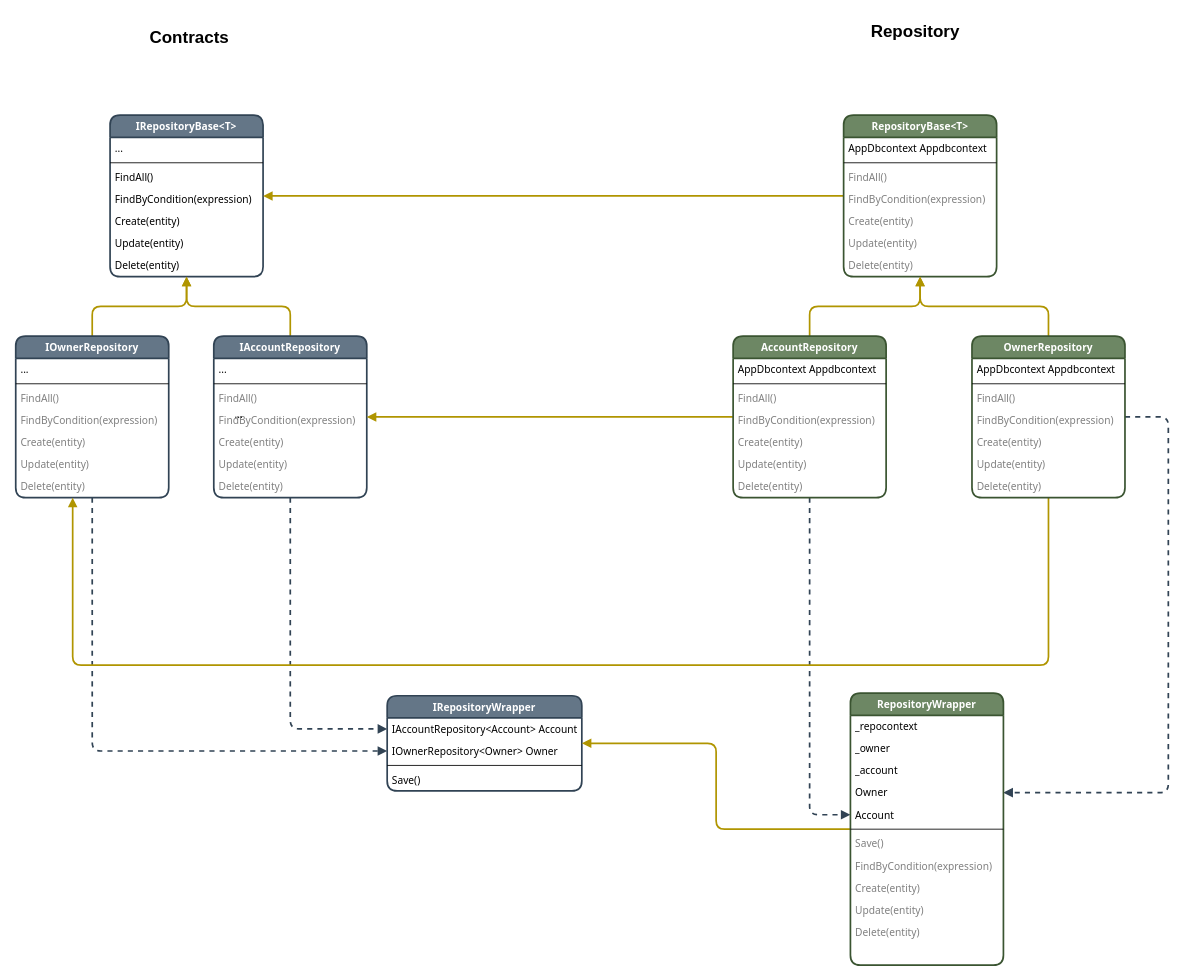
Before: RepositoryClassDiagram.drawio in Pedlito/AccountOwnerServer, a draw.io diagram. Source tidied: cells renumbered, new cells numbered last; positions are measured from the earlier drawing's top-left corner, leaving out a move shared by most shapes. Both pictures are drawn from the tidied source at 85%, with x=0, y=0 at pixel (15, 14).
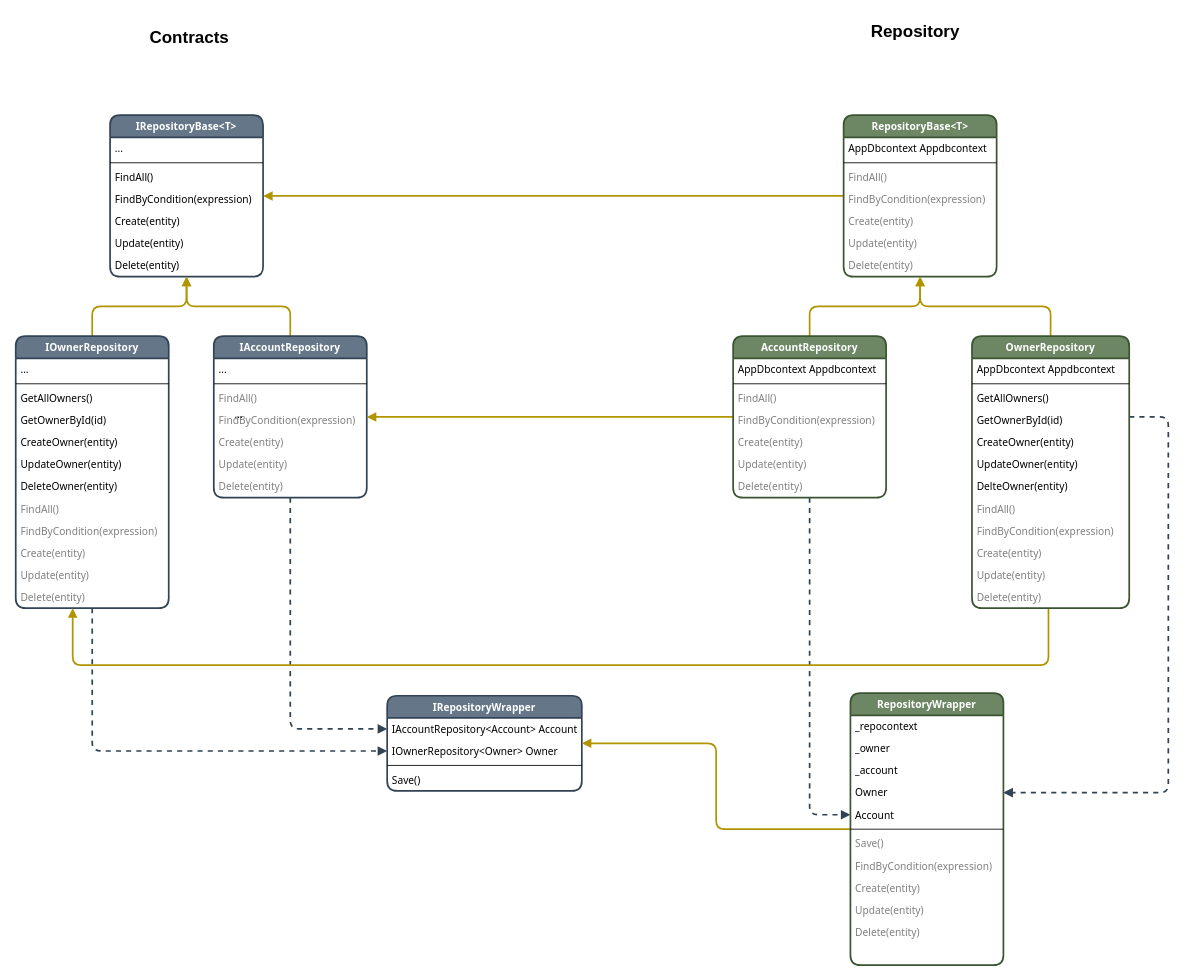
The same diagram, later.

Commit message (it also covers changes not shown here):
actualizacion de diagrama

Diff of the diagram source:
```diff
@@
     <mxCell id="13" value="IOwnerRepository" style="swimlane;fontStyle=1;align=center;verticalAlign=middle;horizontal=1;startSize=26;rounded=1;shadow=0;strokeWidth=2;fillColor=#647687;fontColor=#ffffff;strokeColor=#314354;labelBackgroundColor=none;fontFamily=Tahoma;" parent="1" vertex="1">
-      <mxGeometry y="378" width="180" height="190" as="geometry" />
+      <mxGeometry y="378" width="180" height="320" as="geometry" />
     </mxCell>
+    <mxCell id="82" value="..." style="text;align=left;verticalAlign=top;spacingLeft=4;spacingRight=4;overflow=hidden;rounded=0;shadow=0;html=0;fontFamily=Tahoma;fontStyle=0;fontSize=12;" parent="13" vertex="1">
+      <mxGeometry y="26" width="180" height="26" as="geometry" />
+    </mxCell>
+    <mxCell id="15" style="line;html=1;strokeWidth=1;align=left;verticalAlign=middle;spacingTop=-1;spacingLeft=3;spacingRight=3;labelPosition=right;" parent="13" vertex="1">
+      <mxGeometry y="52" width="180" height="8" as="geometry" />
+    </mxCell>
-    <mxCell id="14" value="..." style="text;align=left;verticalAlign=top;spacingLeft=4;spacingRight=4;overflow=hidden;rounded=0;shadow=0;html=0;fontFamily=Tahoma;fontStyle=0;fontSize=12;" parent="13" vertex="1">
-      <mxGeometry y="26" width="180" height="26" as="geometry" />
+    <mxCell id="14" value="GetAllOwners()" style="text;align=left;verticalAlign=top;spacingLeft=4;spacingRight=4;overflow=hidden;rounded=0;shadow=0;html=0;fontFamily=Tahoma;fontStyle=0;fontSize=12;" parent="13" vertex="1">
+      <mxGeometry y="60" width="180" height="26" as="geometry" />
     </mxCell>
-    <mxCell id="15" style="line;html=1;strokeWidth=1;align=left;verticalAlign=middle;spacingTop=-1;spacingLeft=3;spacingRight=3;labelPosition=right;" parent="13" vertex="1">
-      <mxGeometry y="52" width="180" height="8" as="geometry" />
-    </mxCell>
+    <mxCell id="83" value="GetOwnerById(id)" style="text;align=left;verticalAlign=top;spacingLeft=4;spacingRight=4;overflow=hidden;rounded=0;shadow=0;html=0;fontFamily=Tahoma;fontStyle=0;fontSize=12;" parent="13" vertex="1">
+      <mxGeometry y="86" width="180" height="26" as="geometry" />
+    </mxCell>
+    <mxCell id="84" value="CreateOwner(entity)" style="text;align=left;verticalAlign=top;spacingLeft=4;spacingRight=4;overflow=hidden;rounded=0;shadow=0;html=0;fontFamily=Tahoma;fontStyle=0;fontSize=12;" parent="13" vertex="1">
+      <mxGeometry y="112" width="180" height="26" as="geometry" />
+    </mxCell>
+    <mxCell id="85" value="UpdateOwner(entity)" style="text;align=left;verticalAlign=top;spacingLeft=4;spacingRight=4;overflow=hidden;rounded=0;shadow=0;html=0;fontFamily=Tahoma;fontStyle=0;fontSize=12;" parent="13" vertex="1">
+      <mxGeometry y="138" width="180" height="26" as="geometry" />
+    </mxCell>
+    <mxCell id="86" value="DeleteOwner(entity)" style="text;align=left;verticalAlign=top;spacingLeft=4;spacingRight=4;overflow=hidden;rounded=0;shadow=0;html=0;fontFamily=Tahoma;fontStyle=0;fontSize=12;" parent="13" vertex="1">
+      <mxGeometry y="164" width="180" height="26" as="geometry" />
+    </mxCell>
     <mxCell id="16" value="FindAll()" style="text;align=left;verticalAlign=top;spacingLeft=4;spacingRight=4;overflow=hidden;fontFamily=Tahoma;fontStyle=0;fontSize=12;fontColor=#808080;" parent="13" vertex="1">
-      <mxGeometry y="60" width="180" height="26" as="geometry" />
+      <mxGeometry y="190" width="180" height="26" as="geometry" />
     </mxCell>
     <mxCell id="17" value="FindByCondition(expression)" style="text;align=left;verticalAlign=top;spacingLeft=4;spacingRight=4;overflow=hidden;fontFamily=Tahoma;fontStyle=0;fontSize=12;fontColor=#808080;" parent="13" vertex="1">
-      <mxGeometry y="86" width="180" height="26" as="geometry" />
+      <mxGeometry y="216" width="180" height="26" as="geometry" />
     </mxCell>
     <mxCell id="18" value="Create(entity)" style="text;align=left;verticalAlign=top;spacingLeft=4;spacingRight=4;overflow=hidden;fontFamily=Tahoma;fontStyle=0;fontSize=12;fontColor=#808080;" parent="13" vertex="1">
-      <mxGeometry y="112" width="180" height="26" as="geometry" />
+      <mxGeometry y="242" width="180" height="26" as="geometry" />
     </mxCell>
     <mxCell id="19" value="Update(entity)" style="text;align=left;verticalAlign=top;spacingLeft=4;spacingRight=4;overflow=hidden;fontFamily=Tahoma;fontStyle=0;fontSize=12;fontColor=#808080;" parent="13" vertex="1">
-      <mxGeometry y="138" width="180" height="26" as="geometry" />
+      <mxGeometry y="268" width="180" height="26" as="geometry" />
     </mxCell>
     <mxCell id="20" value="Delete(entity)" style="text;align=left;verticalAlign=top;spacingLeft=4;spacingRight=4;overflow=hidden;fontFamily=Tahoma;fontStyle=0;fontSize=12;fontColor=#808080;" parent="13" vertex="1">
-      <mxGeometry y="164" width="180" height="26" as="geometry" />
+      <mxGeometry y="294" width="180" height="26" as="geometry" />
     </mxCell>
@@
     <mxCell id="60" value="OwnerRepository" style="swimlane;fontStyle=1;align=center;verticalAlign=middle;horizontal=1;startSize=26;rounded=1;shadow=0;strokeWidth=2;fillColor=#6d8764;fontColor=#ffffff;strokeColor=#3A5431;labelBackgroundColor=none;fontFamily=Tahoma;" parent="1" vertex="1">
-      <mxGeometry x="1125" y="378" width="180" height="190" as="geometry" />
+      <mxGeometry x="1125" y="378" width="185" height="320" as="geometry" />
     </mxCell>
     <mxCell id="61" value="AppDbcontext Appdbcontext" style="text;align=left;verticalAlign=top;spacingLeft=4;spacingRight=4;overflow=hidden;rounded=0;shadow=0;html=0;fontFamily=Tahoma;fontStyle=0;fontSize=12;" parent="60" vertex="1">
-      <mxGeometry y="26" width="180" height="26" as="geometry" />
+      <mxGeometry y="26" width="185" height="26" as="geometry" />
     </mxCell>
     <mxCell id="62" style="line;html=1;strokeWidth=1;align=left;verticalAlign=middle;spacingTop=-1;spacingLeft=3;spacingRight=3;labelPosition=right;" parent="60" vertex="1">
-      <mxGeometry y="52" width="180" height="8" as="geometry" />
+      <mxGeometry y="52" width="185" height="8" as="geometry" />
     </mxCell>
+    <mxCell id="87" value="GetAllOwners()" style="text;align=left;verticalAlign=top;spacingLeft=4;spacingRight=4;overflow=hidden;rounded=0;shadow=0;html=0;fontFamily=Tahoma;fontStyle=0;fontSize=12;" parent="60" vertex="1">
+      <mxGeometry y="60" width="185" height="26" as="geometry" />
+    </mxCell>
+    <mxCell id="88" value="GetOwnerById(id)" style="text;align=left;verticalAlign=top;spacingLeft=4;spacingRight=4;overflow=hidden;rounded=0;shadow=0;html=0;fontFamily=Tahoma;fontStyle=0;fontSize=12;" parent="60" vertex="1">
+      <mxGeometry y="86" width="185" height="26" as="geometry" />
+    </mxCell>
+    <mxCell id="89" value="CreateOwner(entity)" style="text;align=left;verticalAlign=top;spacingLeft=4;spacingRight=4;overflow=hidden;rounded=0;shadow=0;html=0;fontFamily=Tahoma;fontStyle=0;fontSize=12;" parent="60" vertex="1">
+      <mxGeometry y="112" width="185" height="26" as="geometry" />
+    </mxCell>
+    <mxCell id="90" value="UpdateOwner(entity)" style="text;align=left;verticalAlign=top;spacingLeft=4;spacingRight=4;overflow=hidden;rounded=0;shadow=0;html=0;fontFamily=Tahoma;fontStyle=0;fontSize=12;" parent="60" vertex="1">
+      <mxGeometry y="138" width="185" height="26" as="geometry" />
+    </mxCell>
+    <mxCell id="91" value="DelteOwner(entity)" style="text;align=left;verticalAlign=top;spacingLeft=4;spacingRight=4;overflow=hidden;rounded=0;shadow=0;html=0;fontFamily=Tahoma;fontStyle=0;fontSize=12;" parent="60" vertex="1">
+      <mxGeometry y="164" width="185" height="26" as="geometry" />
+    </mxCell>
     <mxCell id="63" value="FindAll()" style="text;align=left;verticalAlign=top;spacingLeft=4;spacingRight=4;overflow=hidden;fontFamily=Tahoma;fontStyle=0;fontSize=12;fontColor=#808080;" parent="60" vertex="1">
-      <mxGeometry y="60" width="180" height="26" as="geometry" />
+      <mxGeometry y="190" width="185" height="26" as="geometry" />
     </mxCell>
     <mxCell id="64" value="FindByCondition(expression)" style="text;align=left;verticalAlign=top;spacingLeft=4;spacingRight=4;overflow=hidden;fontFamily=Tahoma;fontStyle=0;fontSize=12;fontColor=#808080;" parent="60" vertex="1">
-      <mxGeometry y="86" width="180" height="26" as="geometry" />
+      <mxGeometry y="216" width="185" height="26" as="geometry" />
     </mxCell>
     <mxCell id="65" value="Create(entity)" style="text;align=left;verticalAlign=top;spacingLeft=4;spacingRight=4;overflow=hidden;fontFamily=Tahoma;fontStyle=0;fontSize=12;fontColor=#808080;" parent="60" vertex="1">
-      <mxGeometry y="112" width="180" height="26" as="geometry" />
+      <mxGeometry y="242" width="185" height="26" as="geometry" />
     </mxCell>
     <mxCell id="66" value="Update(entity)" style="text;align=left;verticalAlign=top;spacingLeft=4;spacingRight=4;overflow=hidden;fontFamily=Tahoma;fontStyle=0;fontSize=12;fontColor=#808080;" parent="60" vertex="1">
-      <mxGeometry y="138" width="180" height="26" as="geometry" />
+      <mxGeometry y="268" width="185" height="26" as="geometry" />
     </mxCell>
     <mxCell id="67" value="Delete(entity)" style="text;align=left;verticalAlign=top;spacingLeft=4;spacingRight=4;overflow=hidden;fontFamily=Tahoma;fontStyle=0;fontSize=12;fontColor=#808080;" parent="60" vertex="1">
-      <mxGeometry y="164" width="180" height="26" as="geometry" />
+      <mxGeometry y="294" width="185" height="26" as="geometry" />
     </mxCell>
```
